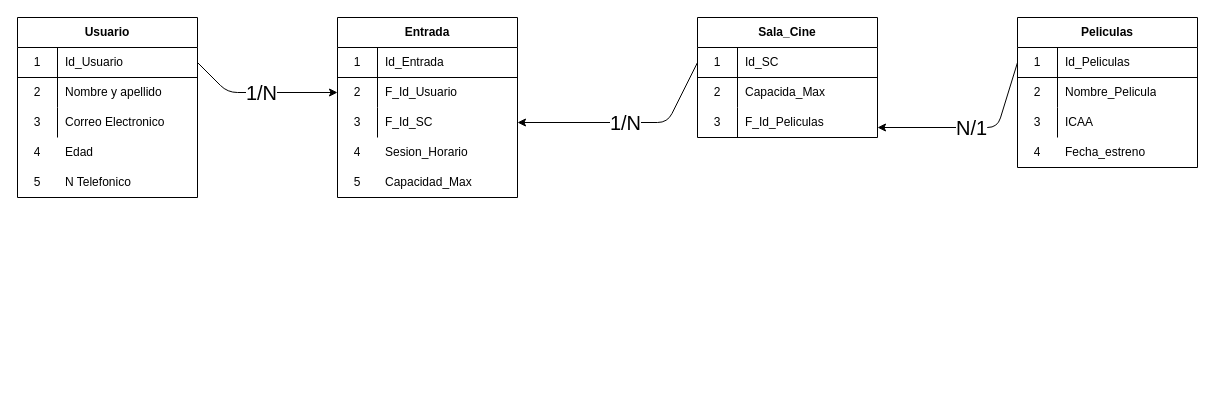
Before: DiagramaChart.drawio in Josanloca/Ejercicio_2-_Trimestre, a draw.io diagram. Source tidied: cells renumbered, new cells numbered last; positions are measured from the earlier drawing's top-left corner, leaving out a move shared by most shapes. Both pictures are drawn from the tidied source at 100%, with x=0, y=0 at pixel (17, 17).
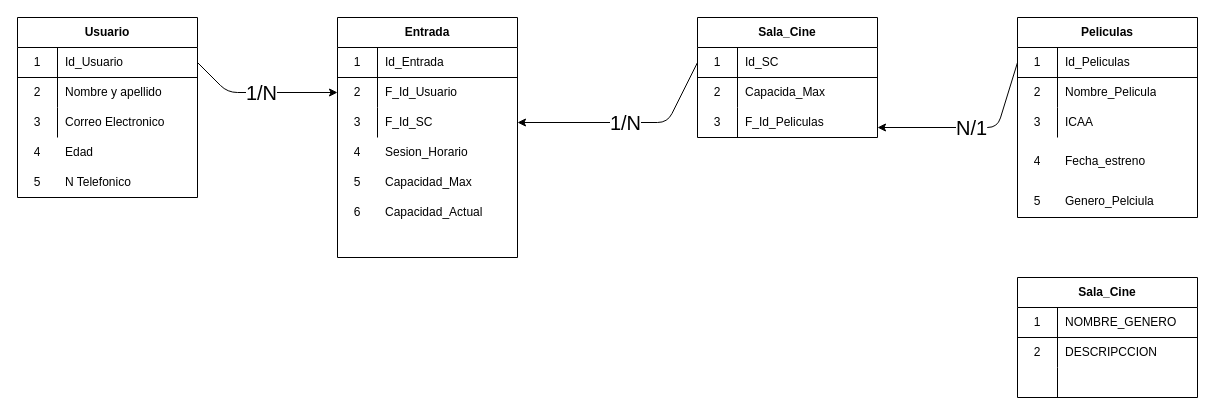
The same diagram, later.

Change to the diagram source:
```diff
@@
     <mxCell id="2" style="group;" parent="1" vertex="1">
-      <mxGeometry x="1000" width="180" height="150" as="geometry" />
+      <mxGeometry x="1000" width="180" height="240" as="geometry" />
     </mxCell>
     <mxCell id="3" value="&lt;div&gt;Peliculas&lt;/div&gt;" style="shape=table;html=1;whiteSpace=wrap;startSize=30;childLayout=tableLayout;rowLines=0;fontStyle=1;align=center;" parent="2" vertex="1">
-      <mxGeometry width="180" height="150" as="geometry" />
+      <mxGeometry width="180" height="200" as="geometry" />
     </mxCell>
@@
     <mxCell id="13" value="&lt;div&gt;4&lt;/div&gt;" style="shape=partialRectangle;html=1;whiteSpace=wrap;fillColor=none;top=0;left=0;bottom=0;right=0;overflow=hidden;" parent="2" vertex="1">
-      <mxGeometry y="120" width="40" height="30" as="geometry" />
+      <mxGeometry y="120" width="40" height="48" as="geometry" />
     </mxCell>
     <mxCell id="14" value="Fecha_estreno" style="shape=partialRectangle;html=1;whiteSpace=wrap;fillColor=none;top=0;left=0;bottom=0;right=0;align=left;spacingLeft=6;overflow=hidden;" parent="2" vertex="1">
-      <mxGeometry x="40" y="120" width="140" height="30" as="geometry" />
+      <mxGeometry x="40" y="120" width="140" height="48" as="geometry" />
     </mxCell>
+    <mxCell id="60" value="5" style="shape=partialRectangle;html=1;whiteSpace=wrap;fillColor=none;top=0;left=0;bottom=0;right=0;overflow=hidden;" parent="2" vertex="1">
+      <mxGeometry y="160" width="40" height="48" as="geometry" />
+    </mxCell>
+    <mxCell id="61" value="Genero_Pelciula" style="shape=partialRectangle;html=1;whiteSpace=wrap;fillColor=none;top=0;left=0;bottom=0;right=0;align=left;spacingLeft=6;overflow=hidden;" parent="2" vertex="1">
+      <mxGeometry x="40" y="160" width="140" height="48" as="geometry" />
+    </mxCell>
@@
     <mxCell id="31" value="&lt;div&gt;Entrada&lt;/div&gt;" style="shape=table;html=1;whiteSpace=wrap;startSize=30;childLayout=tableLayout;rowLines=0;fontStyle=1;align=center;" parent="1" vertex="1">
-      <mxGeometry x="320" width="180" height="180" as="geometry" />
+      <mxGeometry x="320" width="180" height="240" as="geometry" />
     </mxCell>
@@
+    <mxCell id="62" value="Sala_Cine" style="shape=table;html=1;whiteSpace=wrap;startSize=30;childLayout=tableLayout;rowLines=0;fontStyle=1;align=center;" parent="1" vertex="1">
+      <mxGeometry x="1000" y="260" width="180" height="120" as="geometry" />
+    </mxCell>
+    <mxCell id="63" style="shape=partialRectangle;html=1;whiteSpace=wrap;fillColor=none;top=0;left=0;bottom=1;right=0;" parent="62" vertex="1">
+      <mxGeometry y="30" width="180" height="30" as="geometry" />
+    </mxCell>
+    <mxCell id="64" value="1" style="shape=partialRectangle;html=1;whiteSpace=wrap;fillColor=none;top=0;left=0;bottom=0;right=0;overflow=hidden;" parent="63" vertex="1">
+      <mxGeometry width="40" height="30" as="geometry" />
+    </mxCell>
+    <mxCell id="65" value="NOMBRE_GENERO" style="shape=partialRectangle;html=1;whiteSpace=wrap;fillColor=none;top=0;left=0;bottom=0;right=0;align=left;spacingLeft=6;overflow=hidden;" parent="63" vertex="1">
+      <mxGeometry x="40" width="140" height="30" as="geometry" />
+    </mxCell>
+    <mxCell id="66" style="shape=partialRectangle;html=1;whiteSpace=wrap;fillColor=none;top=0;left=0;bottom=0;right=0;" parent="62" vertex="1">
+      <mxGeometry y="60" width="180" height="30" as="geometry" />
+    </mxCell>
+    <mxCell id="67" value="2" style="shape=partialRectangle;html=1;whiteSpace=wrap;fillColor=none;top=0;left=0;bottom=0;right=0;overflow=hidden;" parent="66" vertex="1">
+      <mxGeometry width="40" height="30" as="geometry" />
+    </mxCell>
+    <mxCell id="68" value="DESCRIPCCION" style="shape=partialRectangle;html=1;whiteSpace=wrap;fillColor=none;top=0;left=0;bottom=0;right=0;align=left;spacingLeft=6;overflow=hidden;" parent="66" vertex="1">
+      <mxGeometry x="40" width="140" height="30" as="geometry" />
+    </mxCell>
+    <mxCell id="69" style="shape=partialRectangle;html=1;whiteSpace=wrap;fillColor=none;top=0;left=0;bottom=0;right=0;" parent="62" vertex="1">
+      <mxGeometry y="90" width="180" height="30" as="geometry" />
+    </mxCell>
+    <mxCell id="70" style="shape=partialRectangle;html=1;whiteSpace=wrap;fillColor=none;top=0;left=0;bottom=0;right=0;overflow=hidden;" parent="69" vertex="1">
+      <mxGeometry width="40" height="30" as="geometry" />
+    </mxCell>
+    <mxCell id="71" style="shape=partialRectangle;html=1;whiteSpace=wrap;fillColor=none;top=0;left=0;bottom=0;right=0;align=left;spacingLeft=6;overflow=hidden;" parent="69" vertex="1">
+      <mxGeometry x="40" width="140" height="30" as="geometry" />
+    </mxCell>
+    <mxCell id="72" value="6" style="shape=partialRectangle;html=1;whiteSpace=wrap;fillColor=none;top=0;left=0;bottom=0;right=0;overflow=hidden;" parent="1" vertex="1">
+      <mxGeometry x="320" y="180" width="40" height="30" as="geometry" />
+    </mxCell>
+    <mxCell id="73" value="Capacidad_Actual" style="shape=partialRectangle;html=1;whiteSpace=wrap;fillColor=none;top=0;left=0;bottom=0;right=0;align=left;spacingLeft=6;overflow=hidden;" parent="1" vertex="1">
+      <mxGeometry x="360" y="180" width="140" height="30" as="geometry" />
+    </mxCell>
```
